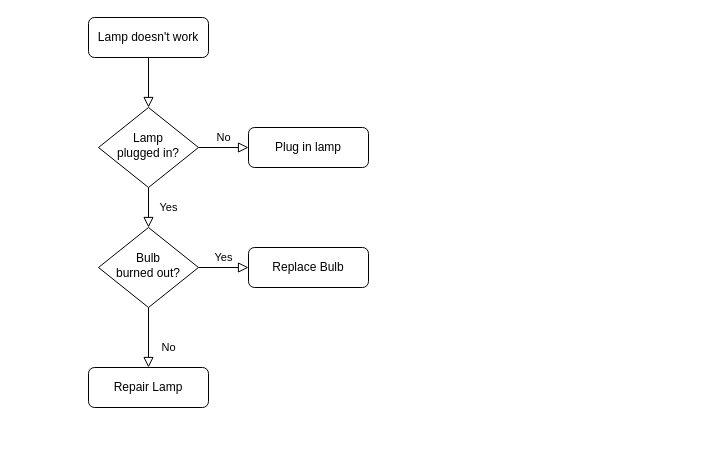
This is Untitled Diagram.drawio from clone18476/a-project, a draw.io file, before an edit. Source tidied: cells renumbered, new cells numbered last; positions are measured from the earlier drawing's top-left corner, leaving out a move shared by most shapes. Both pictures are drawn from the tidied source at 100%, with x=0, y=0 at pixel (88, 17).
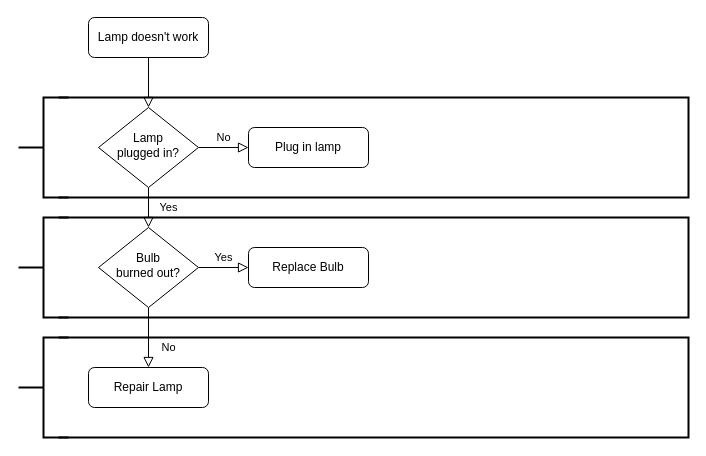
Above is the later version.

Commit message:
CLI Data Gem Portfolio Project

What changed in the source:
```diff
@@
 <mxGraphModel>
   <root>
     <mxCell id="0" />
     <mxCell id="1" parent="0" />
     <mxCell id="2" style="rounded=0;html=1;jettySize=auto;fontSize=11;endArrow=block;endFill=0;endSize=8;strokeWidth=1;shadow=0;labelBackgroundColor=none;edgeStyle=orthogonalEdgeStyle;" parent="1" edge="1" source="3" target="6">
       <mxGeometry relative="1" as="geometry" />
     </mxCell>
     <mxCell id="3" value="Lamp doesn't work" style="rounded=1;whiteSpace=wrap;html=1;fontSize=12;glass=0;strokeWidth=1;shadow=0;" parent="1" vertex="1">
       <mxGeometry width="120" height="40" as="geometry" />
     </mxCell>
     <mxCell id="4" value="Yes" style="rounded=0;html=1;jettySize=auto;fontSize=11;endArrow=block;endFill=0;endSize=8;strokeWidth=1;shadow=0;labelBackgroundColor=none;edgeStyle=orthogonalEdgeStyle;" parent="1" edge="1" source="6" target="10">
       <mxGeometry y="20" relative="1" as="geometry" />
     </mxCell>
     <mxCell id="5" value="No" style="edgeStyle=orthogonalEdgeStyle;rounded=0;html=1;jettySize=auto;fontSize=11;endArrow=block;endFill=0;endSize=8;strokeWidth=1;shadow=0;labelBackgroundColor=none;" parent="1" edge="1" source="6" target="7">
       <mxGeometry y="10" relative="1" as="geometry" />
     </mxCell>
     <mxCell id="6" value="Lamp&lt;br&gt;plugged in?" style="rhombus;whiteSpace=wrap;html=1;shadow=0;fontFamily=Helvetica;fontSize=12;align=center;strokeWidth=1;spacing=6;spacingTop=-4;" parent="1" vertex="1">
       <mxGeometry x="10" y="90" width="100" height="80" as="geometry" />
     </mxCell>
     <mxCell id="7" value="Plug in lamp" style="rounded=1;whiteSpace=wrap;html=1;fontSize=12;glass=0;strokeWidth=1;shadow=0;" parent="1" vertex="1">
       <mxGeometry x="160" y="110" width="120" height="40" as="geometry" />
     </mxCell>
     <mxCell id="8" value="No" style="rounded=0;html=1;jettySize=auto;fontSize=11;endArrow=block;endFill=0;endSize=8;strokeWidth=1;shadow=0;labelBackgroundColor=none;edgeStyle=orthogonalEdgeStyle;" parent="1" edge="1" source="10" target="11">
       <mxGeometry x="0.33" y="20" relative="1" as="geometry" />
     </mxCell>
     <mxCell id="9" value="Yes" style="edgeStyle=orthogonalEdgeStyle;rounded=0;html=1;jettySize=auto;fontSize=11;endArrow=block;endFill=0;endSize=8;strokeWidth=1;shadow=0;labelBackgroundColor=none;" parent="1" edge="1" source="10" target="12">
       <mxGeometry y="10" relative="1" as="geometry" />
     </mxCell>
     <mxCell id="10" value="Bulb&lt;br&gt;burned out?" style="rhombus;whiteSpace=wrap;html=1;shadow=0;fontFamily=Helvetica;fontSize=12;align=center;strokeWidth=1;spacing=6;spacingTop=-4;" parent="1" vertex="1">
       <mxGeometry x="10" y="210" width="100" height="80" as="geometry" />
     </mxCell>
     <mxCell id="11" value="Repair Lamp" style="rounded=1;whiteSpace=wrap;html=1;fontSize=12;glass=0;strokeWidth=1;shadow=0;" parent="1" vertex="1">
       <mxGeometry y="350" width="120" height="40" as="geometry" />
     </mxCell>
     <mxCell id="12" value="Replace Bulb" style="rounded=1;whiteSpace=wrap;html=1;fontSize=12;glass=0;strokeWidth=1;shadow=0;" parent="1" vertex="1">
       <mxGeometry x="160" y="230" width="120" height="40" as="geometry" />
     </mxCell>
+    <mxCell id="13" style="strokeWidth=2;html=1;shape=mxgraph.flowchart.annotation_1;align=left;rotation=-180;" parent="1" vertex="1">
+      <mxGeometry x="-30" y="320" width="630" height="100" as="geometry" />
+    </mxCell>
+    <mxCell id="14" style="strokeWidth=2;html=1;shape=mxgraph.flowchart.annotation_1;align=left;rotation=-180;" parent="1" vertex="1">
+      <mxGeometry x="-30" y="200" width="630" height="100" as="geometry" />
+    </mxCell>
+    <mxCell id="15" style="strokeWidth=2;html=1;shape=mxgraph.flowchart.annotation_1;align=left;rotation=-180;" parent="1" vertex="1">
+      <mxGeometry x="-30" y="80" width="630" height="100" as="geometry" />
+    </mxCell>
+    <mxCell id="16" style="strokeWidth=2;html=1;shape=mxgraph.flowchart.annotation_2;align=left;labelPosition=right;" parent="1" vertex="1">
+      <mxGeometry x="-70" y="320" width="50" height="100" as="geometry" />
+    </mxCell>
+    <mxCell id="17" style="strokeWidth=2;html=1;shape=mxgraph.flowchart.annotation_2;align=left;labelPosition=right;" parent="1" vertex="1">
+      <mxGeometry x="-70" y="200" width="50" height="100" as="geometry" />
+    </mxCell>
+    <mxCell id="18" style="strokeWidth=2;html=1;shape=mxgraph.flowchart.annotation_2;align=left;labelPosition=right;" parent="1" vertex="1">
+      <mxGeometry x="-70" y="80" width="50" height="100" as="geometry" />
+    </mxCell>
   </root>
 </mxGraphModel>
```
